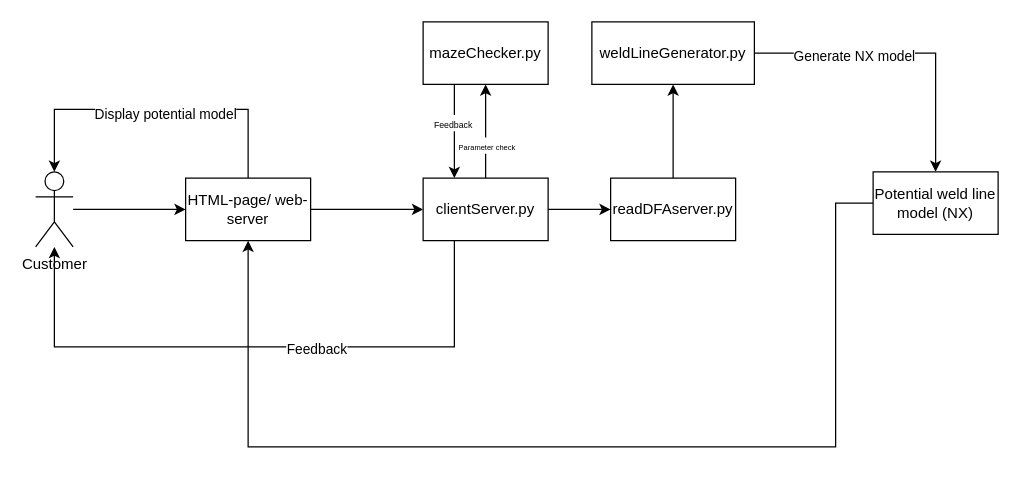
This is Project 2-potential_weld_lines/architecture.drawio from hansrohjell/tmm4275-KBEproject, a draw.io file, before an edit. Source tidied: cells renumbered, new cells numbered last; positions are measured from the earlier drawing's top-left corner, leaving out a move shared by most shapes. Both pictures are drawn from the tidied source at 125%, with x=0, y=0 at pixel (35, 21).
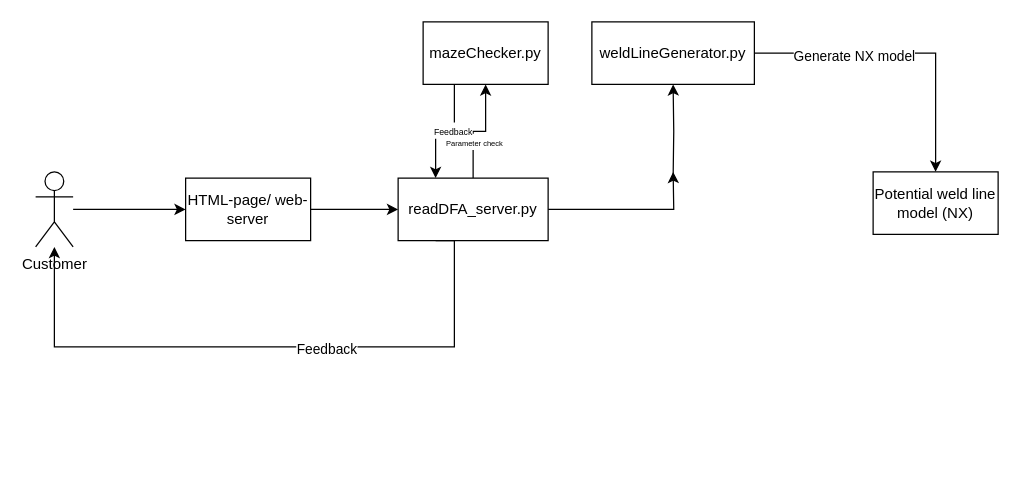
After the change.

Unchanged cells that the change refers to:
```xml
<mxCell id="7" value="HTML-page/ web- server" style="rounded=0;whiteSpace=wrap;html=1;" parent="1" vertex="1">
  <mxGeometry x="120" y="125" width="100" height="50" as="geometry" />
</mxCell>
<mxCell id="18" value="Potential weld line model (NX)" style="rounded=0;whiteSpace=wrap;html=1;" parent="1" vertex="1">
  <mxGeometry x="670" y="120" width="100" height="50" as="geometry" />
</mxCell>
<mxCell id="23" value="weldLineGenerator.py" style="rounded=0;whiteSpace=wrap;html=1;" parent="1" vertex="1">
  <mxGeometry x="445" width="130" height="50" as="geometry" />
</mxCell>
```

Change to the diagram source:
```diff
@@
-    <mxCell id="5" style="edgeStyle=orthogonalEdgeStyle;rounded=0;jettySize=auto;html=1;" parent="1" edge="1" source="7">
-      <mxGeometry relative="1" as="geometry">
-        <mxPoint x="15" y="120" as="targetPoint" />
-        <Array as="points">
-          <mxPoint x="170" y="70" />
-          <mxPoint x="15" y="70" />
-        </Array>
-      </mxGeometry>
-    </mxCell>
-    <mxCell id="6" value="Display potential model" style="edgeLabel;html=1;align=center;verticalAlign=middle;" parent="5" vertex="1">
-      <mxGeometry x="-0.06" y="3" relative="1" as="geometry" />
-    </mxCell>
@@
-    <mxCell id="12" style="edgeStyle=orthogonalEdgeStyle;rounded=0;jettySize=auto;html=1;entryX=0;entryY=0.5;entryDx=0;entryDy=0;" parent="1" edge="1" source="13" target="20">
-      <mxGeometry relative="1" as="geometry" />
+    <mxCell id="12" style="edgeStyle=orthogonalEdgeStyle;rounded=0;jettySize=auto;html=1;" parent="1" edge="1" source="13">
+      <mxGeometry relative="1" as="geometry">
+        <mxPoint x="510" y="120" as="targetPoint" />
+      </mxGeometry>
     </mxCell>
-    <mxCell id="13" value="clientServer.py" style="rounded=0;whiteSpace=wrap;html=1;" parent="1" vertex="1">
-      <mxGeometry x="310" y="125" width="100" height="50" as="geometry" />
+    <mxCell id="13" value="readDFA_server.py" style="rounded=0;whiteSpace=wrap;html=1;" parent="1" vertex="1">
+      <mxGeometry x="290" y="125" width="120" height="50" as="geometry" />
     </mxCell>
@@
-    <mxCell id="17" style="edgeStyle=orthogonalEdgeStyle;rounded=0;jettySize=auto;html=1;entryX=0.5;entryY=1;entryDx=0;entryDy=0;" parent="1" edge="1" source="18" target="7">
-      <mxGeometry relative="1" as="geometry">
-        <Array as="points">
-          <mxPoint x="640" y="145" />
-          <mxPoint x="640" y="340" />
-          <mxPoint x="170" y="340" />
-        </Array>
-      </mxGeometry>
-    </mxCell>
@@
-    <mxCell id="19" style="edgeStyle=orthogonalEdgeStyle;rounded=0;jettySize=auto;html=1;" parent="1" edge="1" source="20" target="23">
-      <mxGeometry relative="1" as="geometry" />
+    <mxCell id="19" style="edgeStyle=orthogonalEdgeStyle;rounded=0;jettySize=auto;html=1;" parent="1" edge="1" target="23">
+      <mxGeometry relative="1" as="geometry">
+        <mxPoint x="510" y="125" as="sourcePoint" />
+      </mxGeometry>
     </mxCell>
-    <mxCell id="20" value="readDFAserver.py" style="rounded=0;whiteSpace=wrap;html=1;" parent="1" vertex="1">
-      <mxGeometry x="460" y="125" width="100" height="50" as="geometry" />
-    </mxCell>
```
